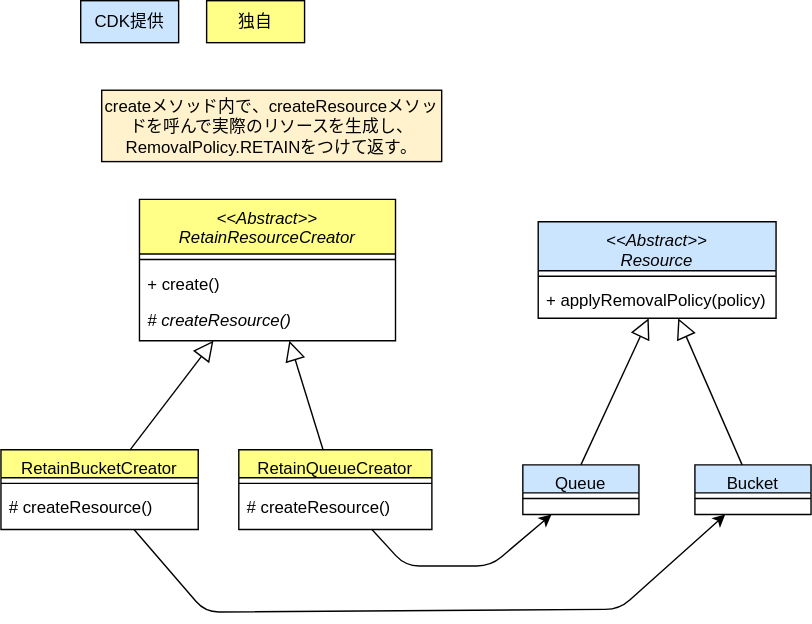
Earlier version of the draw.io export drawio/factory-method/factory-method-cdk.drawio.svg (go-to-k/cdk-gof-design-pattern). Source tidied: cells renumbered, new cells last; positions are measured from the earlier drawing's top-left corner, leaving out a move shared by most shapes. The source it was exported from:
```xml
<mxGraphModel background="#ffffff">
  <root>
    <mxCell id="0" />
    <mxCell id="1" parent="0" />
    <mxCell id="2" value="Queue" style="swimlane;fontStyle=0;align=center;verticalAlign=top;horizontal=1;startSize=20;rounded=0;shadow=0;strokeWidth=1;fillColor=#cce5ff;strokeColor=#000000;fontColor=#000000;" parent="1" vertex="1">
      <mxGeometry x="373" y="331.8" width="83" height="35.5" as="geometry" />
    </mxCell>
    <mxCell id="3" style="line;html=1;strokeWidth=1;align=left;verticalAlign=middle;spacingTop=-1;spacingLeft=3;spacingRight=3;labelPosition=right;strokeColor=#000000;fontColor=#000000;" parent="2" vertex="1">
      <mxGeometry y="20" width="83" height="8" as="geometry" />
    </mxCell>
    <mxCell id="4" value="&lt;&lt;Abstract&gt;&gt;&#10;RetainResourceCreator" style="swimlane;fontStyle=2;align=center;verticalAlign=top;horizontal=1;startSize=39;rounded=0;shadow=0;strokeWidth=1;fillColor=#ffff88;strokeColor=#000000;fontColor=#000000;" parent="1" vertex="1">
      <mxGeometry x="99" y="142" width="183" height="101" as="geometry" />
    </mxCell>
    <mxCell id="5" style="line;html=1;strokeWidth=1;align=left;verticalAlign=middle;spacingTop=-1;spacingLeft=3;spacingRight=3;labelPosition=right;strokeColor=#000000;fontColor=#000000;" parent="4" vertex="1">
      <mxGeometry y="39" width="183" height="8" as="geometry" />
    </mxCell>
    <mxCell id="6" value="+ create()" style="text;strokeColor=none;fillColor=none;align=left;verticalAlign=top;spacingLeft=4;spacingRight=4;overflow=hidden;whiteSpace=wrap;html=1;fontColor=#000000;" parent="4" vertex="1">
      <mxGeometry y="47" width="183" height="26" as="geometry" />
    </mxCell>
    <mxCell id="7" value="&lt;i&gt;# createResource()&lt;/i&gt;" style="text;strokeColor=none;fillColor=none;align=left;verticalAlign=top;spacingLeft=4;spacingRight=4;overflow=hidden;whiteSpace=wrap;html=1;fontColor=#000000;" parent="4" vertex="1">
      <mxGeometry y="73" width="183" height="26" as="geometry" />
    </mxCell>
    <mxCell id="8" value="&lt;&lt;Abstract&gt;&gt;&#10;Resource" style="swimlane;fontStyle=2;align=center;verticalAlign=top;horizontal=1;startSize=35;rounded=0;shadow=0;strokeWidth=1;fillColor=#cce5ff;strokeColor=#000000;fontColor=#000000;" parent="1" vertex="1">
      <mxGeometry x="384" y="158" width="170" height="69" as="geometry" />
    </mxCell>
    <mxCell id="9" style="line;html=1;strokeWidth=1;align=left;verticalAlign=middle;spacingTop=-1;spacingLeft=3;spacingRight=3;labelPosition=right;strokeColor=#000000;fontColor=#000000;" parent="8" vertex="1">
      <mxGeometry y="35" width="170" height="8" as="geometry" />
    </mxCell>
    <mxCell id="10" value="+ applyRemovalPolicy(policy)" style="text;strokeColor=none;fillColor=none;align=left;verticalAlign=top;spacingLeft=4;spacingRight=4;overflow=hidden;points=[[0,0.5],[1,0.5]];portConstraint=eastwest;whiteSpace=wrap;html=1;fontColor=#000000;" parent="8" vertex="1">
      <mxGeometry y="43" width="170" height="26" as="geometry" />
    </mxCell>
    <mxCell id="11" style="endArrow=block;endFill=0;endSize=12;html=1;rounded=0;exitX=0.5;exitY=0;exitDx=0;exitDy=0;strokeColor=#000000;fontColor=#000000;" parent="1" edge="1" source="2" target="10">
      <mxGeometry relative="1" as="geometry" />
    </mxCell>
    <mxCell id="12" value="&lt;span style=&quot;text-align: left;&quot;&gt;createメソッド内で、createResourceメソッドを呼んで実際のリソースを生成し、&lt;/span&gt;RemovalPolicy.RETAINをつけて返す。&lt;span style=&quot;text-align: left;&quot;&gt;&lt;br&gt;&lt;/span&gt;" style="text;html=1;strokeColor=#000000;fillColor=#fff2cc;align=center;verticalAlign=middle;whiteSpace=wrap;rounded=0;fontColor=#000000;" parent="1" vertex="1">
      <mxGeometry x="72" y="64" width="243" height="51" as="geometry" />
    </mxCell>
    <mxCell id="13" value="独自" style="rounded=0;whiteSpace=wrap;html=1;fillColor=#ffff88;strokeColor=#000000;fontColor=#000000;" parent="1" vertex="1">
      <mxGeometry x="147" width="70" height="30" as="geometry" />
    </mxCell>
    <mxCell id="14" value="CDK提供" style="rounded=0;whiteSpace=wrap;html=1;fillColor=#cce5ff;strokeColor=#000000;fontColor=#000000;" parent="1" vertex="1">
      <mxGeometry x="57" width="70" height="30" as="geometry" />
    </mxCell>
    <mxCell id="15" style="edgeStyle=none;html=1;strokeColor=#000000;" parent="1" edge="1" source="16" target="2">
      <mxGeometry relative="1" as="geometry">
        <Array as="points">
          <mxPoint x="289" y="404" />
          <mxPoint x="350" y="404" />
        </Array>
      </mxGeometry>
    </mxCell>
    <mxCell id="16" value="RetainQueueCreator" style="swimlane;fontStyle=0;align=center;verticalAlign=top;horizontal=1;startSize=20;rounded=0;shadow=0;strokeWidth=1;fillColor=#ffff88;strokeColor=#000000;fontColor=#000000;" parent="1" vertex="1">
      <mxGeometry x="170" y="321" width="138" height="57" as="geometry" />
    </mxCell>
    <mxCell id="17" style="line;html=1;strokeWidth=1;align=left;verticalAlign=middle;spacingTop=-1;spacingLeft=3;spacingRight=3;labelPosition=right;strokeColor=#000000;fontColor=#000000;" parent="16" vertex="1">
      <mxGeometry y="20" width="138" height="8" as="geometry" />
    </mxCell>
    <mxCell id="18" value="# createResource()" style="text;strokeColor=none;fillColor=none;align=left;verticalAlign=top;spacingLeft=4;spacingRight=4;overflow=hidden;whiteSpace=wrap;html=1;fontColor=#000000;" parent="16" vertex="1">
      <mxGeometry y="28" width="138" height="26" as="geometry" />
    </mxCell>
    <mxCell id="19" style="endArrow=block;endFill=0;endSize=12;html=1;rounded=0;strokeColor=#000000;fontColor=#000000;" parent="1" edge="1" source="16" target="4">
      <mxGeometry relative="1" as="geometry" />
    </mxCell>
    <mxCell id="20" style="edgeStyle=none;html=1;strokeColor=#000000;" parent="1" edge="1" source="21" target="24">
      <mxGeometry relative="1" as="geometry">
        <Array as="points">
          <mxPoint x="146" y="437" />
          <mxPoint x="442" y="435" />
        </Array>
      </mxGeometry>
    </mxCell>
    <mxCell id="21" value="RetainBucketCreator" style="swimlane;fontStyle=0;align=center;verticalAlign=top;horizontal=1;startSize=20;rounded=0;shadow=0;strokeWidth=1;fillColor=#ffff88;strokeColor=#000000;fontColor=#000000;" parent="1" vertex="1">
      <mxGeometry y="321" width="141" height="57" as="geometry" />
    </mxCell>
    <mxCell id="22" style="line;html=1;strokeWidth=1;align=left;verticalAlign=middle;spacingTop=-1;spacingLeft=3;spacingRight=3;labelPosition=right;strokeColor=#000000;fontColor=#000000;" parent="21" vertex="1">
      <mxGeometry y="20" width="141" height="8" as="geometry" />
    </mxCell>
    <mxCell id="23" value="# createResource()" style="text;strokeColor=none;fillColor=none;align=left;verticalAlign=top;spacingLeft=4;spacingRight=4;overflow=hidden;whiteSpace=wrap;html=1;fontColor=#000000;" parent="21" vertex="1">
      <mxGeometry y="28" width="141" height="26" as="geometry" />
    </mxCell>
    <mxCell id="24" value="Bucket" style="swimlane;fontStyle=0;align=center;verticalAlign=top;horizontal=1;startSize=20;rounded=0;shadow=0;strokeWidth=1;fillColor=#cce5ff;strokeColor=#000000;fontColor=#000000;" parent="1" vertex="1">
      <mxGeometry x="496" y="331.8" width="83" height="35.5" as="geometry" />
    </mxCell>
    <mxCell id="25" style="line;html=1;strokeWidth=1;align=left;verticalAlign=middle;spacingTop=-1;spacingLeft=3;spacingRight=3;labelPosition=right;strokeColor=#000000;fontColor=#000000;" parent="24" vertex="1">
      <mxGeometry y="20" width="83" height="8" as="geometry" />
    </mxCell>
    <mxCell id="26" style="endArrow=block;endFill=0;endSize=12;html=1;rounded=0;strokeColor=#000000;fontColor=#000000;" parent="1" edge="1" source="24" target="8">
      <mxGeometry relative="1" as="geometry" />
    </mxCell>
    <mxCell id="27" style="endArrow=block;endFill=0;endSize=12;html=1;rounded=0;strokeColor=#000000;fontColor=#000000;" parent="1" edge="1" source="21" target="4">
      <mxGeometry relative="1" as="geometry" />
    </mxCell>
  </root>
</mxGraphModel>
```
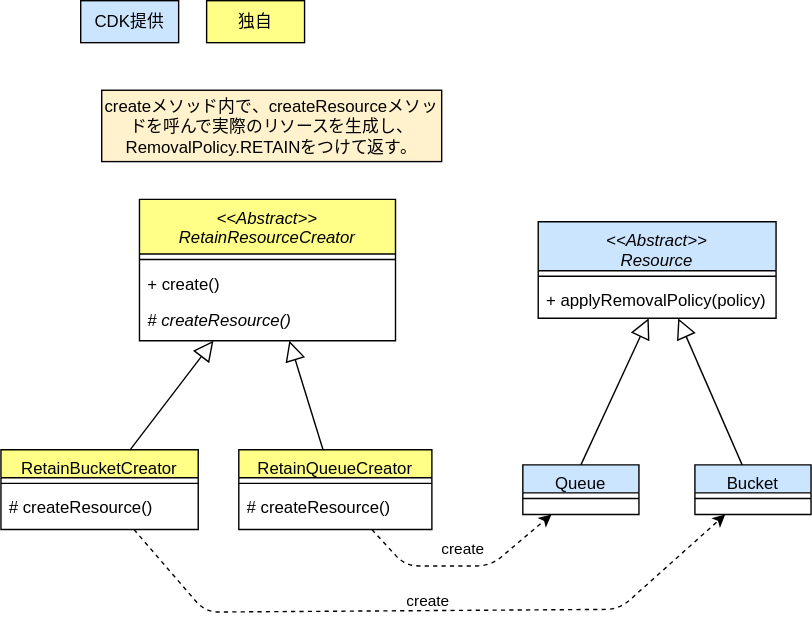
The same diagram one commit later.

Commit message:
updae factory method diagrams

Change to the diagram source:
```diff
@@ -41,8 +41,8 @@
     <mxCell id="14" value="CDK提供" style="rounded=0;whiteSpace=wrap;html=1;fillColor=#cce5ff;strokeColor=#000000;fontColor=#000000;" parent="1" vertex="1">
       <mxGeometry x="57" width="70" height="30" as="geometry" />
     </mxCell>
-    <mxCell id="15" style="edgeStyle=none;html=1;strokeColor=#000000;" parent="1" edge="1" source="16" target="2">
-      <mxGeometry relative="1" as="geometry">
+    <mxCell id="15" value="create" style="edgeStyle=none;html=1;strokeColor=#000000;dashed=1;labelBackgroundColor=none;fontColor=#000000;" parent="1" edge="1" source="16" target="2">
+      <mxGeometry y="12" relative="1" as="geometry">
         <Array as="points">
           <mxPoint x="289" y="404" />
           <mxPoint x="350" y="404" />
@@ -61,8 +61,8 @@
     <mxCell id="19" style="endArrow=block;endFill=0;endSize=12;html=1;rounded=0;strokeColor=#000000;fontColor=#000000;" parent="1" edge="1" source="16" target="4">
       <mxGeometry relative="1" as="geometry" />
     </mxCell>
-    <mxCell id="20" style="edgeStyle=none;html=1;strokeColor=#000000;" parent="1" edge="1" source="21" target="24">
-      <mxGeometry relative="1" as="geometry">
+    <mxCell id="20" value="create" style="edgeStyle=none;html=1;strokeColor=#000000;labelBackgroundColor=none;fontColor=#000000;dashed=1;" parent="1" edge="1" source="21" target="24">
+      <mxGeometry y="7" relative="1" as="geometry">
         <Array as="points">
           <mxPoint x="146" y="437" />
           <mxPoint x="442" y="435" />
```
